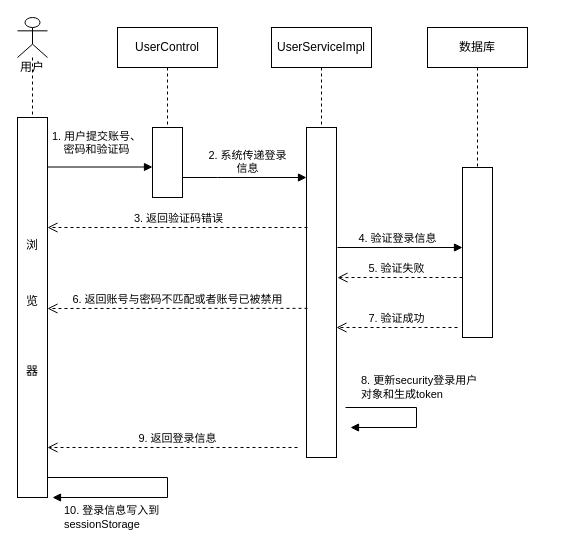
Above: page "Page-1" (1 of 10) of 登录时序图.drawio in zswyl/diagrams (draw.io), before the change. Source tidied: cells renumbered, new cells numbered last; positions are measured from the earlier drawing's top-left corner, leaving out a move shared by most shapes. Both pictures are drawn from the tidied source at 100%, with x=0, y=0 at pixel (17, 17).
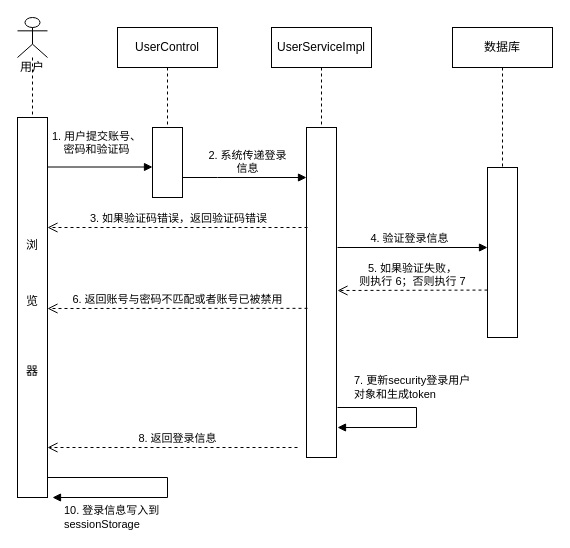
The same diagram, later.

Commit message:
Update 登录时序图.drawio

Unchanged cells that the change refers to:
```xml
<mxCell id="2" value="浏&#10;&#10;&#10;&#10;览&#10;&#10;&#10;&#10;&#10;器" style="points=[];perimeter=orthogonalPerimeter;spacingTop=0;spacing=1;verticalAlign=middle;horizontal=1;direction=west;labelPosition=center;verticalLabelPosition=middle;align=center;" parent="1" vertex="1">
  <mxGeometry y="100" width="30" height="380" as="geometry" />
</mxCell>
<mxCell id="8" style="points=[];perimeter=orthogonalPerimeter;spacingTop=0;spacing=1;verticalAlign=middle;horizontal=1;direction=west;labelPosition=center;verticalLabelPosition=middle;align=center;" parent="1" vertex="1">
  <mxGeometry x="289" y="110" width="30" height="330" as="geometry" />
</mxCell>
```

Change to the diagram source:
```diff
@@
-    <mxCell id="10" value="3. 返回验证码错误" style="html=1;verticalAlign=bottom;endArrow=open;dashed=1;endSize=8;rounded=0;elbow=vertical;" parent="1" edge="1" target="2">
+    <mxCell id="10" value="3. 如果验证码错误，返回验证码错误" style="html=1;verticalAlign=bottom;endArrow=open;dashed=1;endSize=8;rounded=0;elbow=vertical;" parent="1" edge="1" target="2">
       <mxGeometry x="-0.01" relative="1" as="geometry">
         <mxPoint x="290" y="210" as="sourcePoint" />
       </mxGeometry>
     </mxCell>
     <mxCell id="11" value="数据库" style="shape=umlLifeline;perimeter=lifelinePerimeter;whiteSpace=wrap;html=1;" parent="1" vertex="1">
-      <mxGeometry x="410" y="10" width="100" height="140" as="geometry" />
+      <mxGeometry x="435" y="10" width="100" height="140" as="geometry" />
     </mxCell>
     <mxCell id="12" style="points=[];perimeter=orthogonalPerimeter;spacingTop=0;spacing=1;verticalAlign=middle;horizontal=1;direction=west;labelPosition=center;verticalLabelPosition=middle;align=center;" parent="1" vertex="1">
-      <mxGeometry x="445" y="150" width="30" height="170" as="geometry" />
+      <mxGeometry x="470" y="150" width="30" height="170" as="geometry" />
     </mxCell>
@@
-    <mxCell id="15" value="5. 验证失败" style="html=1;verticalAlign=bottom;endArrow=open;dashed=1;endSize=8;rounded=0;elbow=vertical;entryX=-0.033;entryY=0.545;entryDx=0;entryDy=0;entryPerimeter=0;" parent="1" edge="1" source="12" target="8">
-      <mxGeometry x="0.05" relative="1" as="geometry">
-        <Array as="points">
-          <mxPoint x="340" y="260" />
-        </Array>
+    <mxCell id="15" value="5. 如果验证失败，&lt;br&gt;则执行 6；否则执行 7" style="html=1;verticalAlign=bottom;endArrow=open;dashed=1;endSize=8;rounded=0;elbow=vertical;exitX=1;exitY=0.279;exitDx=0;exitDy=0;exitPerimeter=0;" parent="1" edge="1" source="12">
+      <mxGeometry relative="1" as="geometry">
+        <mxPoint x="320" y="273" as="targetPoint" />
       </mxGeometry>
     </mxCell>
-    <mxCell id="16" value="7. 验证成功" style="html=1;verticalAlign=bottom;endArrow=open;dashed=1;endSize=8;rounded=0;elbow=vertical;" parent="1" edge="1">
-      <mxGeometry relative="1" as="geometry">
-        <mxPoint x="440" y="310" as="sourcePoint" />
-        <mxPoint x="319" y="310" as="targetPoint" />
-      </mxGeometry>
-    </mxCell>
@@
-    <mxCell id="18" value="9. 返回登录信息" style="html=1;verticalAlign=bottom;endArrow=open;dashed=1;endSize=8;rounded=0;elbow=vertical;" parent="1" edge="1">
+    <mxCell id="18" value="8. 返回登录信息" style="html=1;verticalAlign=bottom;endArrow=open;dashed=1;endSize=8;rounded=0;elbow=vertical;" parent="1" edge="1">
       <mxGeometry x="-0.04" relative="1" as="geometry">
         <mxPoint x="280" y="430" as="sourcePoint" />
         <mxPoint x="30" y="430" as="targetPoint" />
       </mxGeometry>
     </mxCell>
-    <mxCell id="19" value="8. 更新security登录用户&lt;br&gt;对象和生成token&amp;nbsp;&amp;nbsp;" style="edgeStyle=orthogonalEdgeStyle;html=1;align=left;spacingLeft=2;endArrow=block;rounded=0;elbow=vertical;" parent="1" edge="1">
+    <mxCell id="19" value="7. 更新security登录用户&lt;br&gt;对象和生成token&amp;nbsp;&amp;nbsp;" style="edgeStyle=orthogonalEdgeStyle;html=1;align=left;spacingLeft=2;endArrow=block;rounded=0;elbow=vertical;" parent="1" edge="1">
       <mxGeometry x="-0.85" y="20" relative="1" as="geometry">
-        <mxPoint x="328" y="390" as="sourcePoint" />
-        <mxPoint x="333" y="410" as="targetPoint" />
+        <mxPoint x="320" y="390" as="sourcePoint" />
+        <mxPoint x="320" y="410" as="targetPoint" />
         <Array as="points">
           <mxPoint x="399" y="390" />
           <mxPoint x="399" y="410" />
         </Array>
       </mxGeometry>
     </mxCell>
```
